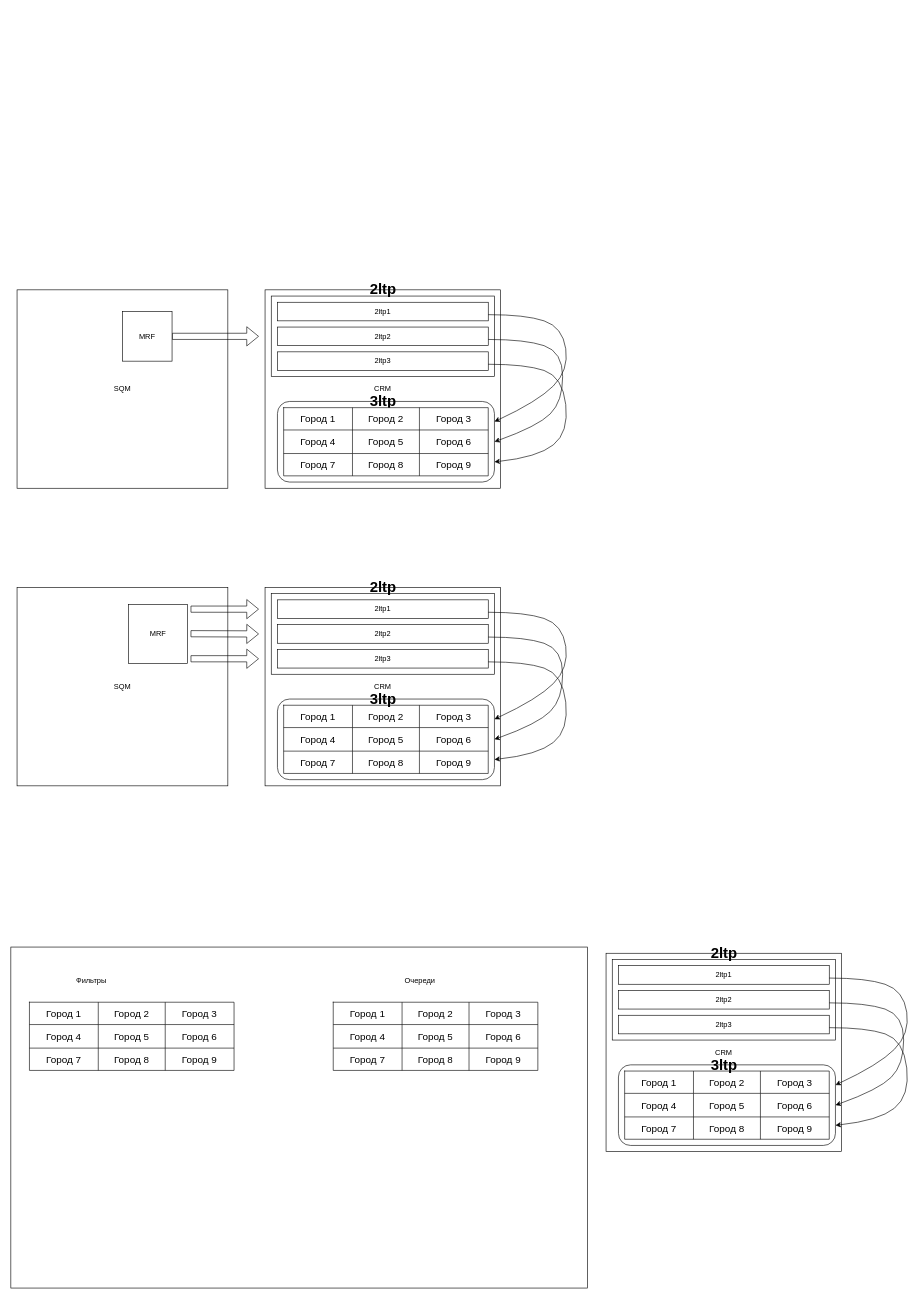
The draw.io diagram 23ltp.drawio in qqmax7/test, before the edit. Source tidied: cells renumbered, new cells numbered last; positions are measured from the earlier drawing's top-left corner, leaving out a move shared by most shapes. Both pictures are drawn from the tidied source at 62%, with x=0, y=0 at pixel (11, 277).
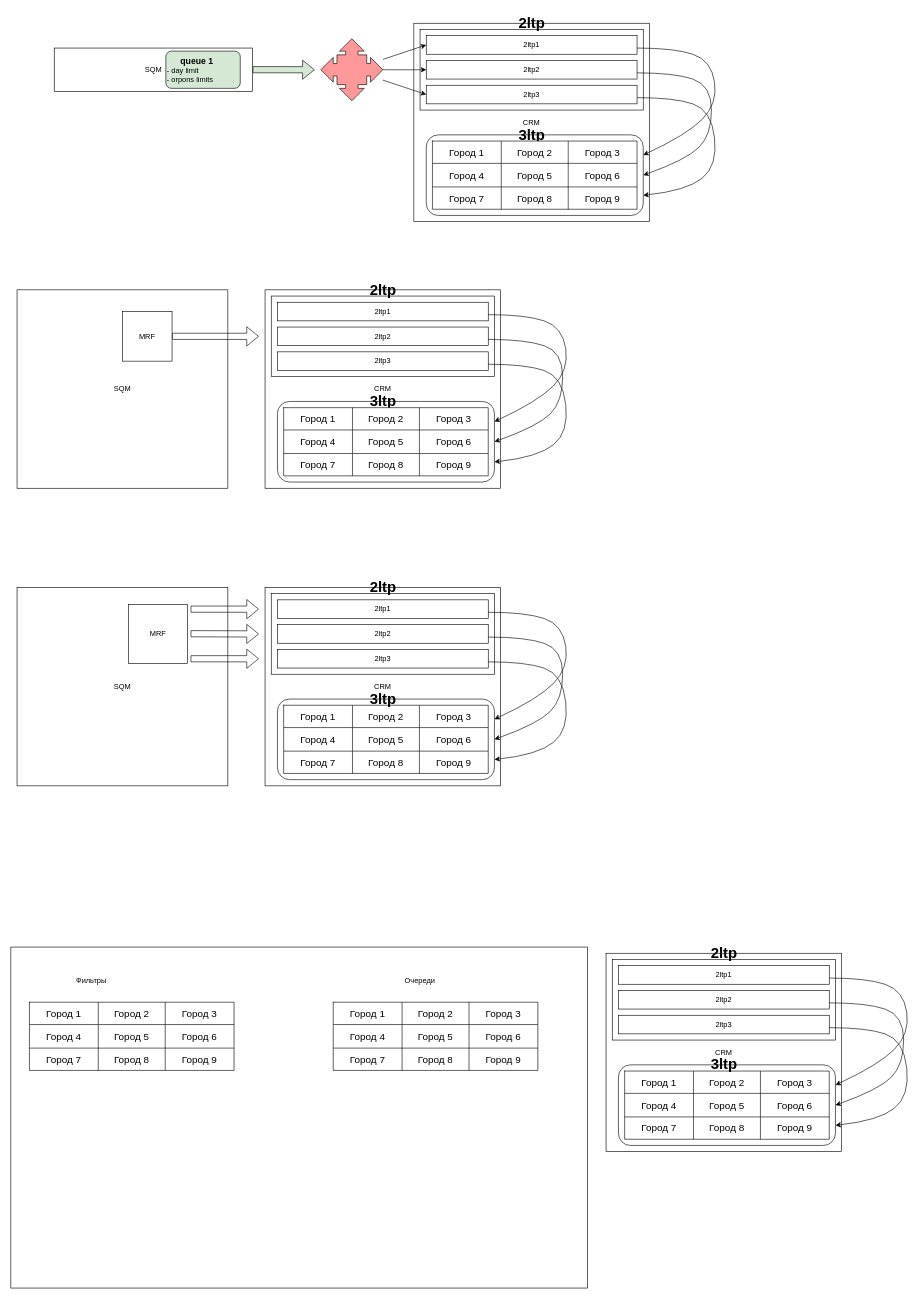
After the change.

Diff of the diagram source:
```diff
@@
+    <mxCell id="120" value="SQM" style="rounded=0;whiteSpace=wrap;html=1;" parent="1" vertex="1">
+      <mxGeometry x="70" y="-370" width="320" height="70" as="geometry" />
+    </mxCell>
+    <mxCell id="121" value="CRM" style="rounded=0;whiteSpace=wrap;html=1;" parent="1" vertex="1">
+      <mxGeometry x="650" y="-410" width="380" height="320" as="geometry" />
+    </mxCell>
+    <mxCell id="122" style="rounded=0;whiteSpace=wrap;html=1;" parent="1" vertex="1">
+      <mxGeometry x="660" y="-400" width="360" height="130" as="geometry" />
+    </mxCell>
+    <mxCell id="123" style="rounded=1;whiteSpace=wrap;html=1;" parent="1" vertex="1">
+      <mxGeometry x="670" y="-230" width="350" height="130" as="geometry" />
+    </mxCell>
+    <mxCell id="124" style="rounded=0;whiteSpace=wrap;html=1;" parent="1" vertex="1">
+      <mxGeometry x="670" y="-390" width="340" height="30" as="geometry" />
+    </mxCell>
+    <mxCell id="125" style="rounded=0;whiteSpace=wrap;html=1;" parent="1" vertex="1">
+      <mxGeometry x="670" y="-350" width="340" height="30" as="geometry" />
+    </mxCell>
+    <mxCell id="126" style="rounded=0;whiteSpace=wrap;html=1;" parent="1" vertex="1">
+      <mxGeometry x="670" y="-310" width="340" height="30" as="geometry" />
+    </mxCell>
+    <mxCell id="127" style="curved=1;endArrow=classic;html=1;rounded=0;entryX=1;entryY=0.25;entryDx=0;entryDy=0;" parent="1" edge="1" target="123">
+      <mxGeometry relative="1" as="geometry">
+        <mxPoint x="1010" y="-370" as="sourcePoint" />
+        <Array as="points">
+          <mxPoint x="1070" y="-370" />
+          <mxPoint x="1130" y="-350" />
+          <mxPoint x="1140" y="-280" />
+          <mxPoint x="1090" y="-230" />
+        </Array>
+      </mxGeometry>
+    </mxCell>
+    <mxCell id="128" style="curved=1;endArrow=classic;html=1;rounded=0;entryX=1;entryY=0.5;entryDx=0;entryDy=0;" parent="1" edge="1" target="123">
+      <mxGeometry relative="1" as="geometry">
+        <mxPoint x="1010" y="-330" as="sourcePoint" />
+        <Array as="points">
+          <mxPoint x="1070" y="-330" />
+          <mxPoint x="1130" y="-310" />
+          <mxPoint x="1130" y="-230" />
+          <mxPoint x="1090" y="-190" />
+        </Array>
+      </mxGeometry>
+    </mxCell>
+    <mxCell id="129" style="curved=1;endArrow=classic;html=1;rounded=0;entryX=1;entryY=0.75;entryDx=0;entryDy=0;" parent="1" edge="1" target="123">
+      <mxGeometry relative="1" as="geometry">
+        <mxPoint x="1010" y="-290" as="sourcePoint" />
+        <Array as="points">
+          <mxPoint x="1070" y="-290" />
+          <mxPoint x="1130" y="-270" />
+          <mxPoint x="1140" y="-180" />
+          <mxPoint x="1090" y="-140" />
+        </Array>
+      </mxGeometry>
+    </mxCell>
+    <mxCell id="130" value="3ltp" style="text;strokeColor=none;fillColor=none;html=1;fontSize=24;fontStyle=1;verticalAlign=middle;align=center;" parent="1" vertex="1">
+      <mxGeometry x="790" y="-250" width="100" height="40" as="geometry" />
+    </mxCell>
+    <mxCell id="131" value="2ltp" style="text;strokeColor=none;fillColor=none;html=1;fontSize=24;fontStyle=1;verticalAlign=middle;align=center;" parent="1" vertex="1">
+      <mxGeometry x="790" y="-430" width="100" height="40" as="geometry" />
+    </mxCell>
+    <mxCell id="132" value="2ltp1" style="text;html=1;strokeColor=none;fillColor=none;align=center;verticalAlign=middle;whiteSpace=wrap;rounded=0;" parent="1" vertex="1">
+      <mxGeometry x="810" y="-390" width="60" height="30" as="geometry" />
+    </mxCell>
+    <mxCell id="133" value="2ltp2" style="text;html=1;strokeColor=none;fillColor=none;align=center;verticalAlign=middle;whiteSpace=wrap;rounded=0;" parent="1" vertex="1">
+      <mxGeometry x="810" y="-350" width="60" height="30" as="geometry" />
+    </mxCell>
+    <mxCell id="134" value="2ltp3" style="text;html=1;strokeColor=none;fillColor=none;align=center;verticalAlign=middle;whiteSpace=wrap;rounded=0;" parent="1" vertex="1">
+      <mxGeometry x="810" y="-310" width="60" height="30" as="geometry" />
+    </mxCell>
+    <mxCell id="135" style="shape=table;startSize=0;childLayout=tableLayout;fontSize=16;" parent="1" vertex="1">
+      <mxGeometry x="680" y="-220" width="330" height="110" as="geometry" />
+    </mxCell>
+    <mxCell id="136" style="shape=tableRow;horizontal=0;startSize=0;swimlaneHead=0;swimlaneBody=0;strokeColor=inherit;top=0;left=0;bottom=0;right=0;fillColor=none;fontSize=16;" parent="135" vertex="1">
+      <mxGeometry width="330" height="36" as="geometry" />
+    </mxCell>
+    <mxCell id="137" value="Город 1" style="shape=partialRectangle;html=1;whiteSpace=wrap;strokeColor=inherit;overflow=hidden;fillColor=none;top=0;left=0;bottom=0;right=0;fontSize=16;" parent="136" vertex="1">
+      <mxGeometry width="111" height="36" as="geometry" />
+    </mxCell>
+    <mxCell id="138" value="Город 2" style="shape=partialRectangle;html=1;whiteSpace=wrap;strokeColor=inherit;overflow=hidden;fillColor=none;top=0;left=0;bottom=0;right=0;fontSize=16;" parent="136" vertex="1">
+      <mxGeometry x="111" width="108" height="36" as="geometry" />
+    </mxCell>
+    <mxCell id="139" value="Город 3" style="shape=partialRectangle;html=1;whiteSpace=wrap;strokeColor=inherit;overflow=hidden;fillColor=none;top=0;left=0;bottom=0;right=0;fontSize=16;" parent="136" vertex="1">
+      <mxGeometry x="219" width="111" height="36" as="geometry" />
+    </mxCell>
+    <mxCell id="140" style="shape=tableRow;horizontal=0;startSize=0;swimlaneHead=0;swimlaneBody=0;strokeColor=inherit;top=0;left=0;bottom=0;right=0;fillColor=none;fontSize=16;" parent="135" vertex="1">
+      <mxGeometry y="36" width="330" height="38" as="geometry" />
+    </mxCell>
+    <mxCell id="141" value="Город 4" style="shape=partialRectangle;html=1;whiteSpace=wrap;strokeColor=inherit;overflow=hidden;fillColor=none;top=0;left=0;bottom=0;right=0;fontSize=16;" parent="140" vertex="1">
+      <mxGeometry width="111" height="38" as="geometry" />
+    </mxCell>
+    <mxCell id="142" value="Город 5" style="shape=partialRectangle;html=1;whiteSpace=wrap;strokeColor=inherit;overflow=hidden;fillColor=none;top=0;left=0;bottom=0;right=0;fontSize=16;" parent="140" vertex="1">
+      <mxGeometry x="111" width="108" height="38" as="geometry" />
+    </mxCell>
+    <mxCell id="143" value="Город 6" style="shape=partialRectangle;html=1;whiteSpace=wrap;strokeColor=inherit;overflow=hidden;fillColor=none;top=0;left=0;bottom=0;right=0;fontSize=16;" parent="140" vertex="1">
+      <mxGeometry x="219" width="111" height="38" as="geometry" />
+    </mxCell>
+    <mxCell id="144" style="shape=tableRow;horizontal=0;startSize=0;swimlaneHead=0;swimlaneBody=0;strokeColor=inherit;top=0;left=0;bottom=0;right=0;fillColor=none;fontSize=16;" parent="135" vertex="1">
+      <mxGeometry y="74" width="330" height="36" as="geometry" />
+    </mxCell>
+    <mxCell id="145" value="Город 7" style="shape=partialRectangle;html=1;whiteSpace=wrap;strokeColor=inherit;overflow=hidden;fillColor=none;top=0;left=0;bottom=0;right=0;fontSize=16;" parent="144" vertex="1">
+      <mxGeometry width="111" height="36" as="geometry" />
+    </mxCell>
+    <mxCell id="146" value="Город 8" style="shape=partialRectangle;html=1;whiteSpace=wrap;strokeColor=inherit;overflow=hidden;fillColor=none;top=0;left=0;bottom=0;right=0;fontSize=16;" parent="144" vertex="1">
+      <mxGeometry x="111" width="108" height="36" as="geometry" />
+    </mxCell>
+    <mxCell id="147" value="Город 9" style="shape=partialRectangle;html=1;whiteSpace=wrap;strokeColor=inherit;overflow=hidden;fillColor=none;top=0;left=0;bottom=0;right=0;fontSize=16;" parent="144" vertex="1">
+      <mxGeometry x="219" width="111" height="36" as="geometry" />
+    </mxCell>
+    <mxCell id="148" style="shape=flexArrow;endArrow=classic;html=1;rounded=0;fillColor=#D5E8D4;" parent="1" edge="1">
+      <mxGeometry relative="1" as="geometry">
+        <mxPoint x="390" y="-335.1" as="sourcePoint" />
+        <mxPoint x="490" y="-335" as="targetPoint" />
+      </mxGeometry>
+    </mxCell>
+    <mxCell id="149" value="&lt;div&gt;&lt;div align=&quot;right&quot;&gt;&lt;b&gt;&lt;font style=&quot;font-size: 14px;&quot;&gt;queue 1&lt;/font&gt;&lt;/b&gt;&lt;br&gt;&lt;/div&gt;- day limit&lt;br&gt;&lt;/div&gt;&lt;div align=&quot;left&quot;&gt;- orpons limits&lt;br&gt;&lt;/div&gt;" style="rounded=1;whiteSpace=wrap;html=1;fillColor=#D5E8D4;align=left;" parent="1" vertex="1">
+      <mxGeometry x="250" y="-365" width="120" height="60" as="geometry" />
+    </mxCell>
+    <mxCell id="150" style="rounded=0;jettySize=auto;html=1;entryX=0;entryY=0.5;entryDx=0;entryDy=0;" parent="1" edge="1" source="153" target="124">
+      <mxGeometry relative="1" as="geometry" />
+    </mxCell>
+    <mxCell id="151" style="rounded=0;jettySize=auto;html=1;" parent="1" edge="1" source="153" target="125">
+      <mxGeometry relative="1" as="geometry" />
+    </mxCell>
+    <mxCell id="152" style="rounded=0;jettySize=auto;html=1;entryX=0;entryY=0.5;entryDx=0;entryDy=0;" parent="1" edge="1" source="153" target="126">
+      <mxGeometry relative="1" as="geometry" />
+    </mxCell>
+    <mxCell id="153" style="html=1;shadow=0;dashed=0;align=center;verticalAlign=middle;shape=mxgraph.arrows2.calloutQuadArrow;dy=10;dx=20;notch=24;arrowHead=10;fillColor=#FF9999;" parent="1" vertex="1">
+      <mxGeometry x="500" y="-385" width="100" height="100" as="geometry" />
+    </mxCell>
```
